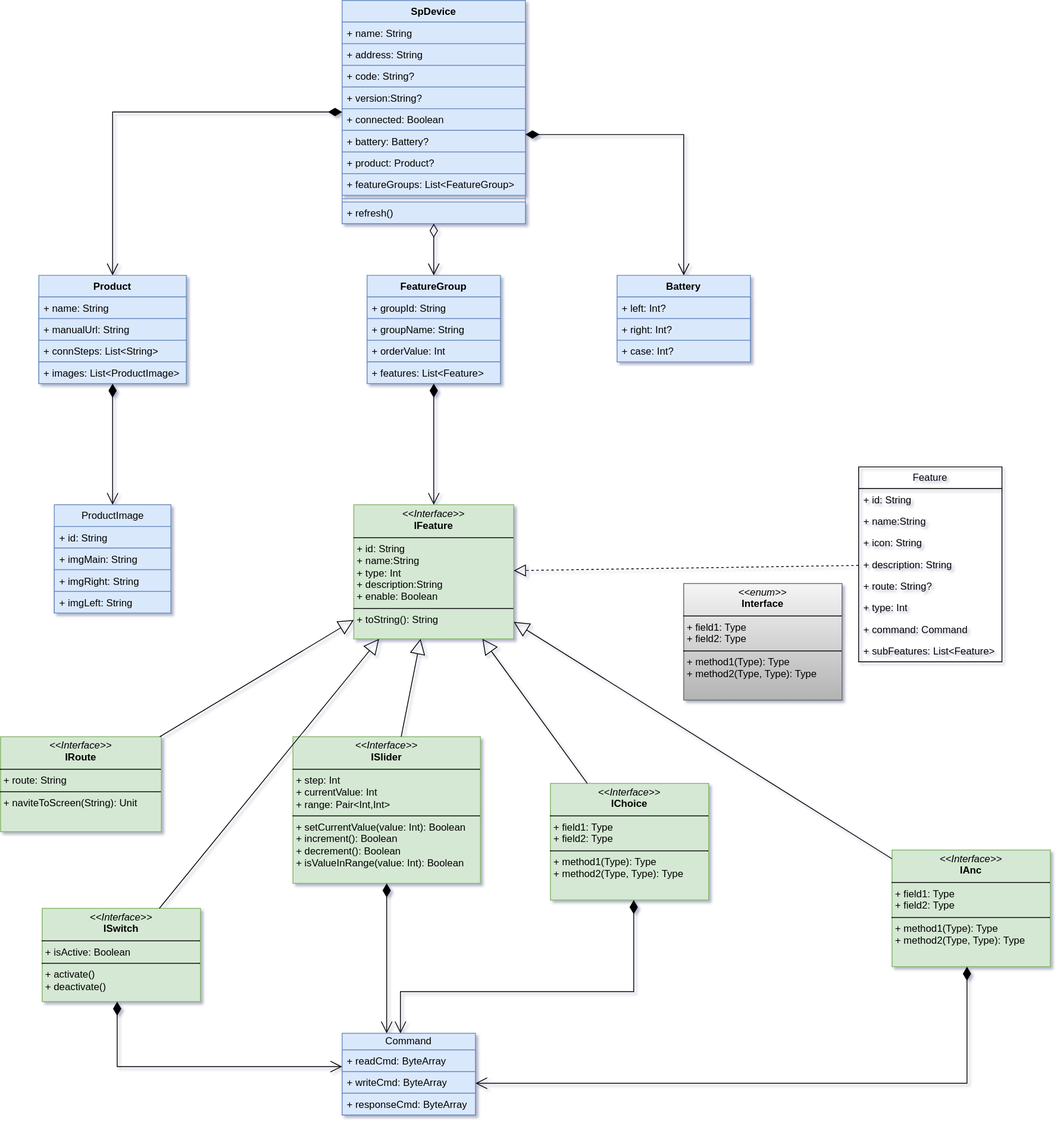
kekemao00/draw-libs keeps this draw.io diagram as sp-device.drawio.svg. Above is the earlier version. Source tidied: cells renumbered, new cells last; positions are measured from the earlier drawing's top-left corner, leaving out a move shared by most shapes.
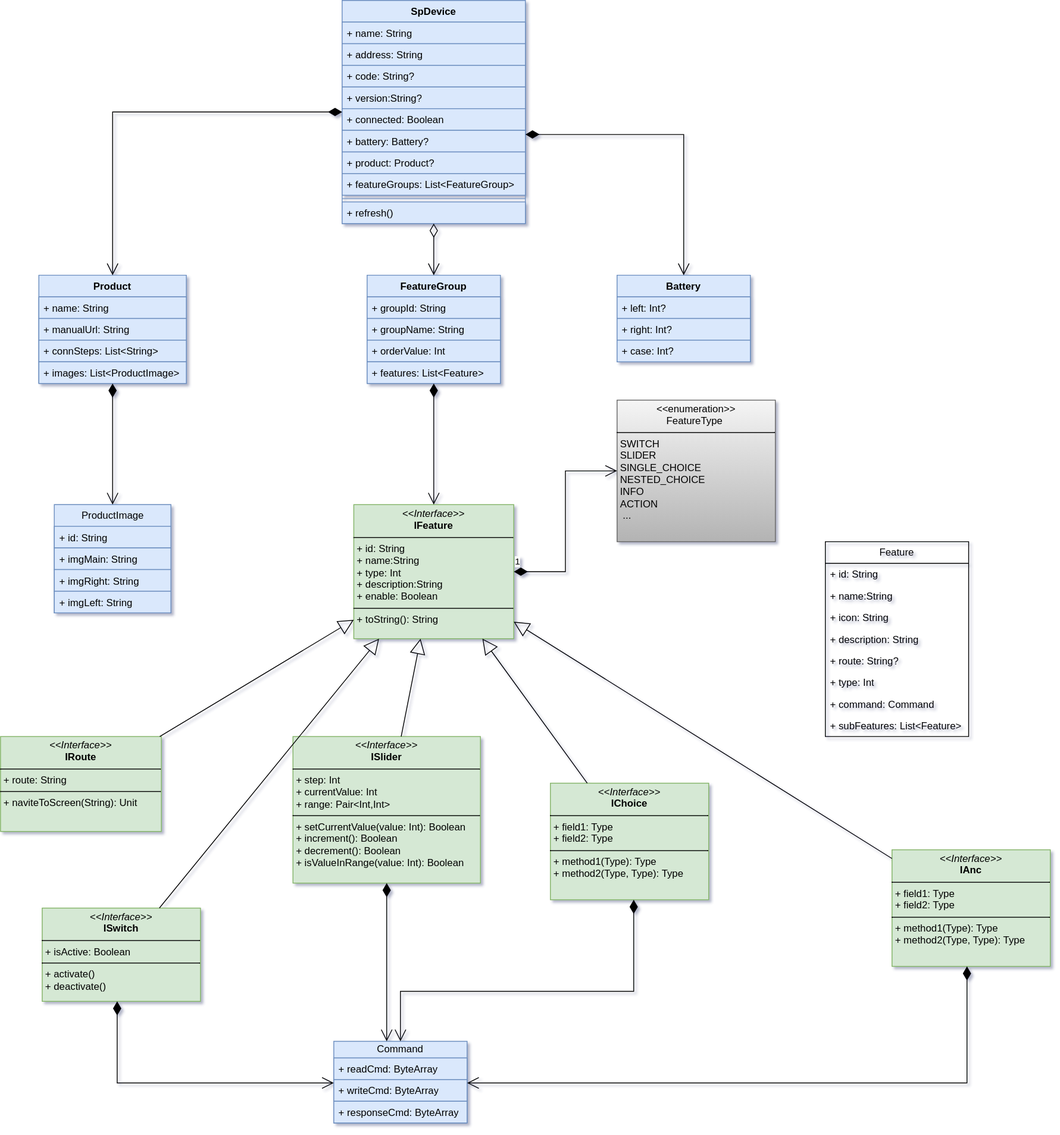
After the commit.

Change to the diagram source:
```diff
@@ -93,7 +93,7 @@
       <mxGeometry y="104" width="160" height="26" as="geometry" />
     </mxCell>
     <mxCell id="32" value="Feature" style="swimlane;fontStyle=0;horizontal=1;startSize=26;fillColor=none;whiteSpace=wrap;html=1;" parent="1" vertex="1">
-      <mxGeometry x="1030" y="560" width="172" height="234" as="geometry" />
+      <mxGeometry x="990" y="650" width="172" height="234" as="geometry" />
     </mxCell>
     <mxCell id="33" value="+ id: String" style="text;strokeColor=none;fillColor=none;align=left;verticalAlign=top;spacingLeft=4;spacingRight=4;overflow=hidden;whiteSpace=wrap;html=1;" parent="32" vertex="1">
       <mxGeometry y="26" width="172" height="26" as="geometry" />
@@ -120,7 +120,7 @@
       <mxGeometry y="208" width="172" height="26" as="geometry" />
     </mxCell>
     <mxCell id="41" value="Command" style="swimlane;fontStyle=0;horizontal=1;startSize=20;fillColor=#dae8fc;whiteSpace=wrap;html=1;strokeColor=#6c8ebf;" parent="1" vertex="1">
-      <mxGeometry x="410" y="1240" width="160" height="98" as="geometry" />
+      <mxGeometry x="400" y="1250" width="160" height="98" as="geometry" />
     </mxCell>
     <mxCell id="42" value="+ readCmd: ByteArray" style="text;strokeColor=#6c8ebf;fillColor=#dae8fc;align=left;verticalAlign=top;spacingLeft=4;spacingRight=4;overflow=hidden;whiteSpace=wrap;html=1;" parent="41" vertex="1">
       <mxGeometry y="20" width="160" height="26" as="geometry" />
@@ -143,9 +143,6 @@
     <mxCell id="48" value="&lt;p style=&quot;margin:0px;margin-top:4px;text-align:center;&quot;&gt;&lt;i&gt;&amp;lt;&amp;lt;Interface&amp;gt;&amp;gt;&lt;/i&gt;&lt;br&gt;&lt;b&gt;IAnc&lt;/b&gt;&lt;/p&gt;&lt;hr size=&quot;1&quot; style=&quot;border-style:solid;&quot;&gt;&lt;p style=&quot;margin:0px;margin-left:4px;&quot;&gt;+ field1: Type&lt;br&gt;+ field2: Type&lt;/p&gt;&lt;hr size=&quot;1&quot; style=&quot;border-style:solid;&quot;&gt;&lt;p style=&quot;margin:0px;margin-left:4px;&quot;&gt;+ method1(Type): Type&lt;br&gt;+ method2(Type, Type): Type&lt;/p&gt;" style="verticalAlign=top;align=left;overflow=fill;html=1;whiteSpace=wrap;fillColor=#d5e8d4;strokeColor=#82b366;" parent="1" vertex="1">
       <mxGeometry x="1070" y="1020" width="190" height="140" as="geometry" />
     </mxCell>
-    <mxCell id="49" style="endArrow=block;dashed=1;endFill=0;endSize=12;html=1;rounded=0;" parent="1" edge="1" source="32" target="45">
-      <mxGeometry relative="1" as="geometry" />
-    </mxCell>
     <mxCell id="50" value="&lt;p style=&quot;margin:0px;margin-top:4px;text-align:center;&quot;&gt;&lt;i&gt;&amp;lt;&amp;lt;Interface&amp;gt;&amp;gt;&lt;/i&gt;&lt;br&gt;&lt;b&gt;ISwitch&lt;/b&gt;&lt;/p&gt;&lt;hr size=&quot;1&quot; style=&quot;border-style:solid;&quot;&gt;&lt;p style=&quot;margin:0px;margin-left:4px;&quot;&gt;+ isActive: Boolean&lt;br&gt;&lt;/p&gt;&lt;hr size=&quot;1&quot; style=&quot;border-style:solid;&quot;&gt;&lt;p style=&quot;margin:0px;margin-left:4px;&quot;&gt;+ activate()&lt;br&gt;+ deactivate()&lt;/p&gt;" style="verticalAlign=top;align=left;overflow=fill;html=1;whiteSpace=wrap;fillColor=#d5e8d4;strokeColor=#82b366;" parent="1" vertex="1">
       <mxGeometry x="50" y="1090" width="190" height="112" as="geometry" />
     </mxCell>
@@ -198,7 +195,7 @@
     <mxCell id="63" style="endArrow=open;html=1;endSize=12;startArrow=diamondThin;startSize=14;startFill=1;edgeStyle=orthogonalEdgeStyle;align=left;verticalAlign=bottom;rounded=0;" parent="1" edge="1" source="50" target="41">
       <mxGeometry x="-1" y="3" relative="1" as="geometry">
         <Array as="points">
-          <mxPoint x="140" y="1280" />
+          <mxPoint x="140" y="1300" />
         </Array>
       </mxGeometry>
     </mxCell>
@@ -217,8 +214,11 @@
         </Array>
       </mxGeometry>
     </mxCell>
-    <mxCell id="66" value="&lt;p style=&quot;margin:0px;margin-top:4px;text-align:center;&quot;&gt;&lt;i&gt;&amp;lt;&amp;lt;enum&amp;gt;&amp;gt;&lt;/i&gt;&lt;br&gt;&lt;b&gt;Interface&lt;/b&gt;&lt;/p&gt;&lt;hr size=&quot;1&quot; style=&quot;border-style:solid;&quot;&gt;&lt;p style=&quot;margin:0px;margin-left:4px;&quot;&gt;+ field1: Type&lt;br&gt;+ field2: Type&lt;/p&gt;&lt;hr size=&quot;1&quot; style=&quot;border-style:solid;&quot;&gt;&lt;p style=&quot;margin:0px;margin-left:4px;&quot;&gt;+ method1(Type): Type&lt;br&gt;+ method2(Type, Type): Type&lt;/p&gt;" style="verticalAlign=top;align=left;overflow=fill;html=1;whiteSpace=wrap;fillColor=#f5f5f5;strokeColor=#666666;gradientColor=#b3b3b3;" parent="1" vertex="1">
-      <mxGeometry x="820" y="700" width="190" height="140" as="geometry" />
+    <mxCell id="66" value="&lt;p style=&quot;margin:0px;margin-top:4px;text-align:center;&quot;&gt;&lt;i&gt;&amp;lt;&amp;lt;&lt;/i&gt;enumeration&lt;i&gt;&amp;gt;&amp;gt;&lt;/i&gt;&lt;br&gt;FeatureType&amp;nbsp;&lt;/p&gt;&lt;hr size=&quot;1&quot; style=&quot;border-style:solid;&quot;&gt;&lt;p style=&quot;margin:0px;margin-left:4px;&quot;&gt;SWITCH&amp;nbsp; &amp;nbsp; &amp;nbsp; &amp;nbsp; &amp;nbsp; &amp;nbsp; &amp;nbsp;&amp;nbsp;&lt;/p&gt;&lt;p style=&quot;margin:0px;margin-left:4px;&quot;&gt;SLIDER&lt;/p&gt;&lt;p style=&quot;margin:0px;margin-left:4px;&quot;&gt;SINGLE_CHOICE&amp;nbsp;&lt;/p&gt;&lt;p style=&quot;margin:0px;margin-left:4px;&quot;&gt;NESTED_CHOICE&amp;nbsp;&lt;/p&gt;&lt;p style=&quot;margin:0px;margin-left:4px;&quot;&gt;INFO&amp;nbsp;&amp;nbsp; &amp;nbsp; &amp;nbsp;&lt;/p&gt;&lt;p style=&quot;margin:0px;margin-left:4px;&quot;&gt;ACTION&amp;nbsp; &amp;nbsp;&lt;/p&gt;&lt;p style=&quot;margin:0px;margin-left:4px;&quot;&gt;&amp;nbsp;...&lt;/p&gt;&lt;p style=&quot;margin:0px;margin-left:4px;&quot;&gt;&amp;nbsp;&amp;nbsp; &amp;nbsp; &amp;nbsp; &amp;nbsp; &amp;nbsp;&amp;nbsp;&lt;/p&gt;&lt;p style=&quot;margin:0px;margin-left:4px;&quot;&gt;&amp;nbsp;&amp;nbsp; &amp;nbsp; &amp;nbsp; &amp;nbsp; &amp;nbsp; &amp;nbsp; &amp;nbsp;&amp;nbsp;&lt;/p&gt;" style="verticalAlign=top;align=left;overflow=fill;html=1;whiteSpace=wrap;fillColor=#f5f5f5;strokeColor=#666666;gradientColor=#b3b3b3;" parent="1" vertex="1">
+      <mxGeometry x="740" y="480" width="190" height="170" as="geometry" />
     </mxCell>
+    <mxCell id="67" value="1" style="endArrow=open;html=1;endSize=12;startArrow=diamondThin;startSize=14;startFill=1;edgeStyle=orthogonalEdgeStyle;align=left;verticalAlign=bottom;rounded=0;" parent="1" edge="1" source="45" target="66">
+      <mxGeometry x="-1" y="3" relative="1" as="geometry" />
+    </mxCell>
   </root>
 </mxGraphModel>
```
